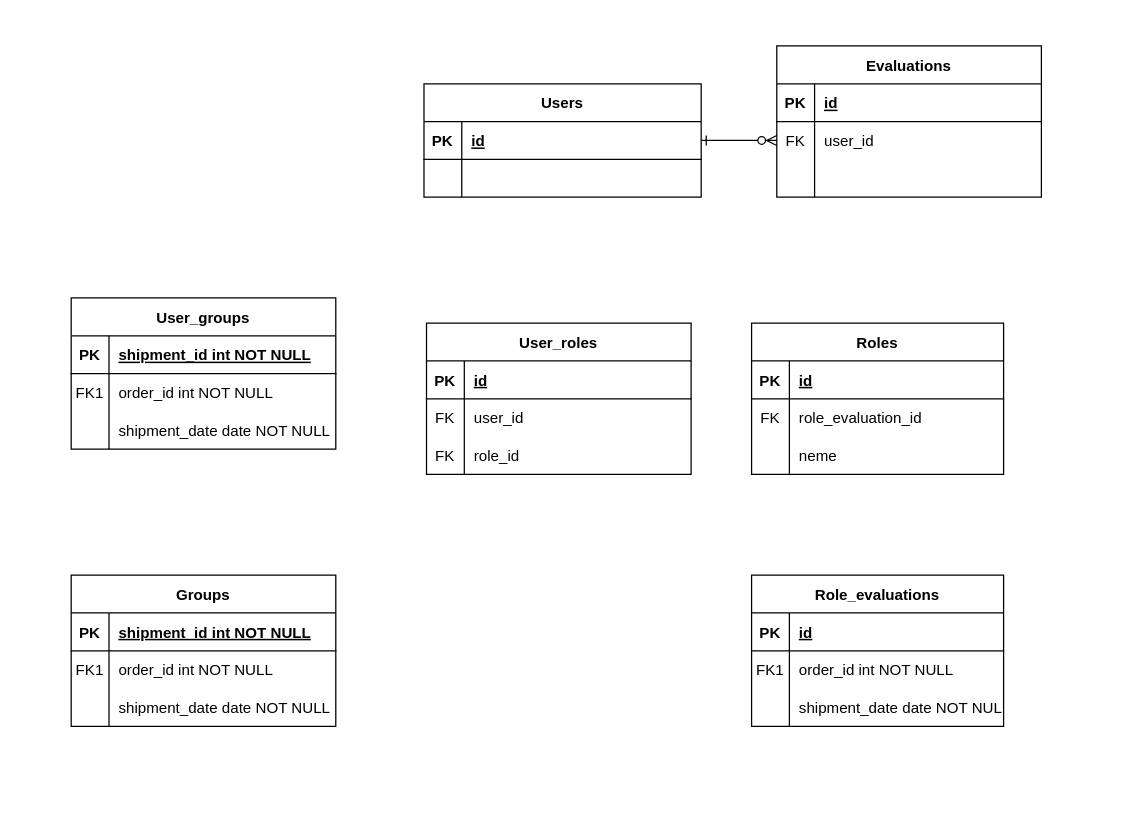
Above: 名称未設定ファイル.drawio in satohirok/twitter_clone_ER (draw.io), before the change. Source tidied: cells renumbered, new cells numbered last; positions are measured from the earlier drawing's top-left corner, leaving out a move shared by most shapes. Both pictures are drawn from the tidied source at 126%, with x=0, y=0 at pixel (71, 45).
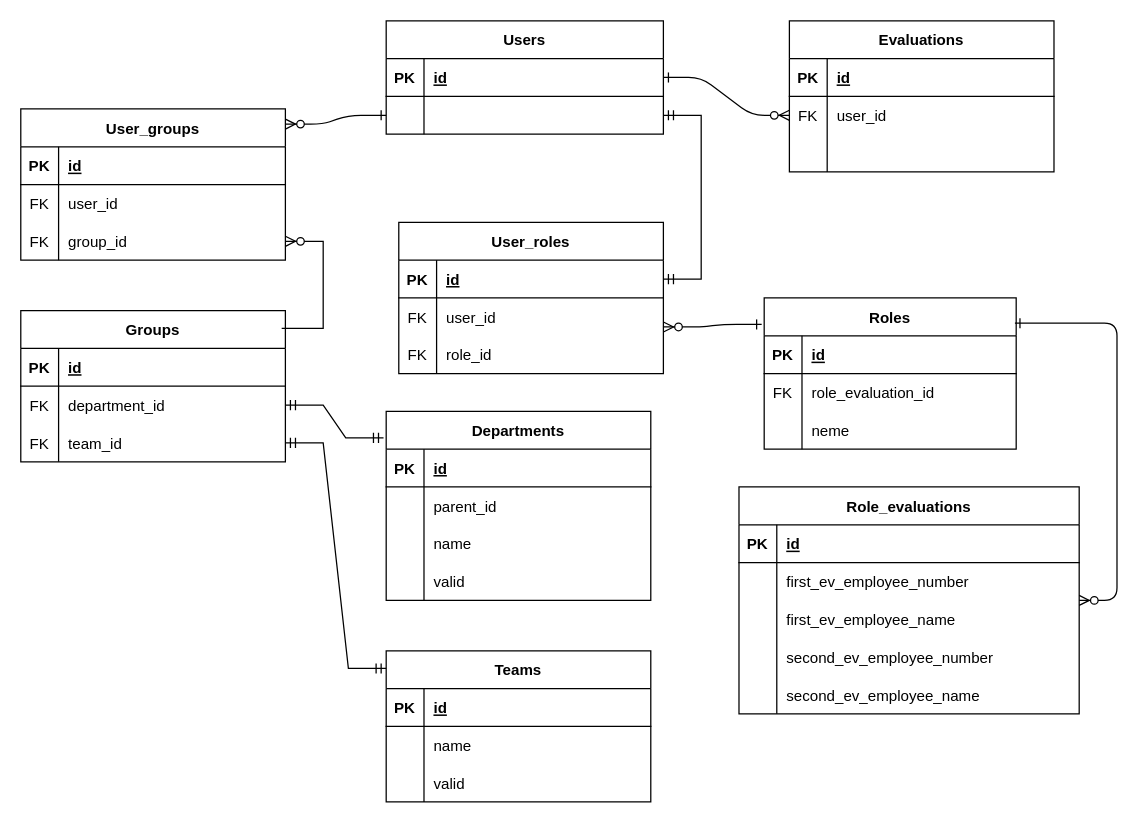
The same page after the edit.

Commit message:
評価者設定.drawio を更新します

The change refers to these unchanged cells:
```xml
<mxCell id="14" style="shape=partialRectangle;fillColor=none;points=[[0,0.5],[1,0.5]];portConstraint=eastwest;top=0;left=0;right=0;bottom=1;" parent="13" vertex="1">
  <mxGeometry y="30" width="210" height="30" as="geometry" />
</mxCell>
<mxCell id="17" style="shape=partialRectangle;fillColor=none;points=[[0,0.5],[1,0.5]];portConstraint=eastwest;top=0;left=0;right=0;bottom=0;" parent="13" vertex="1">
  <mxGeometry y="60" width="210" height="30" as="geometry" />
</mxCell>
<mxCell id="27" style="shape=partialRectangle;fillColor=none;points=[[0,0.5],[1,0.5]];portConstraint=eastwest;top=0;left=0;right=0;bottom=0;" parent="23" vertex="1">
  <mxGeometry y="60" width="220" height="30" as="geometry" />
</mxCell>
<mxCell id="51" style="shape=partialRectangle;fillColor=none;top=0;left=0;right=0;bottom=1;" parent="50" vertex="1">
  <mxGeometry y="30" width="210" height="30" as="geometry" />
</mxCell>
<mxCell id="54" style="shape=partialRectangle;fillColor=none;top=0;left=0;right=0;bottom=0;" parent="50" vertex="1">
  <mxGeometry y="60" width="210" height="30" as="geometry" />
</mxCell>
<mxCell id="57" style="shape=partialRectangle;fillColor=none;points=[[0,0.5],[1,0.5]];portConstraint=eastwest;top=0;left=0;right=0;bottom=0;" parent="50" vertex="1">
  <mxGeometry y="90" width="210" height="30" as="geometry" />
</mxCell>
```

Change to the diagram source:
```diff
@@
     <mxCell id="3" value="Evaluations" style="shape=table;startSize=30;childLayout=tableLayout;rowLines=0;fontStyle=1;align=center;" parent="1" vertex="1">
-      <mxGeometry x="560" width="210" height="120" as="geometry" />
+      <mxGeometry x="570" y="-20" width="210" height="120" as="geometry" />
     </mxCell>
@@
     <mxCell id="13" value="User_roles" style="shape=table;startSize=30;childLayout=tableLayout;rowLines=0;fontStyle=1;align=center;" parent="1" vertex="1">
-      <mxGeometry x="282" y="220" width="210" height="120" as="geometry" />
+      <mxGeometry x="260" y="140" width="210" height="120" as="geometry" />
     </mxCell>
@@
     <mxCell id="23" value="Users" style="shape=table;startSize=30;childLayout=tableLayout;rowLines=0;fontStyle=1;align=center;" parent="1" vertex="1">
-      <mxGeometry x="280" y="30" width="220" height="90" as="geometry" />
+      <mxGeometry x="250" y="-20" width="220" height="90" as="geometry" />
     </mxCell>
@@
     <mxCell id="30" value="Roles" style="shape=table;startSize=30;childLayout=tableLayout;rowLines=0;fontStyle=1;align=center;" parent="1" vertex="1">
-      <mxGeometry x="540" y="220" width="200" height="120" as="geometry" />
+      <mxGeometry x="550" y="200" width="200" height="120" as="geometry" />
     </mxCell>
@@
     <mxCell id="40" value="Role_evaluations" style="shape=table;startSize=30;childLayout=tableLayout;rowLines=0;fontStyle=1;align=center;" parent="1" vertex="1">
-      <mxGeometry x="540" y="420" width="200" height="120" as="geometry" />
+      <mxGeometry x="530" y="350" width="270" height="180" as="geometry" />
     </mxCell>
     <mxCell id="41" style="shape=partialRectangle;fillColor=none;top=0;left=0;right=0;bottom=1;" parent="40" vertex="1">
-      <mxGeometry y="30" width="200" height="30" as="geometry" />
+      <mxGeometry y="30" width="270" height="30" as="geometry" />
     </mxCell>
@@
     <mxCell id="43" value="id" style="shape=partialRectangle;overflow=hidden;fillColor=none;top=0;left=0;bottom=0;right=0;align=left;spacingLeft=6;fontStyle=5;" parent="41" vertex="1">
-      <mxGeometry x="30" width="170" height="30" as="geometry" />
+      <mxGeometry x="30" width="240" height="30" as="geometry" />
     </mxCell>
     <mxCell id="44" style="shape=partialRectangle;fillColor=none;top=0;left=0;right=0;bottom=0;" parent="40" vertex="1">
-      <mxGeometry y="60" width="200" height="30" as="geometry" />
+      <mxGeometry y="60" width="270" height="30" as="geometry" />
     </mxCell>
-    <mxCell id="45" value="FK1" style="shape=partialRectangle;overflow=hidden;fillColor=none;top=0;left=0;bottom=0;right=0;" parent="44" vertex="1">
+    <mxCell id="45" style="shape=partialRectangle;overflow=hidden;fillColor=none;top=0;left=0;bottom=0;right=0;" parent="44" vertex="1">
       <mxGeometry width="30" height="30" as="geometry" />
     </mxCell>
-    <mxCell id="46" value="order_id int NOT NULL" style="shape=partialRectangle;overflow=hidden;fillColor=none;top=0;left=0;bottom=0;right=0;align=left;spacingLeft=6;" parent="44" vertex="1">
-      <mxGeometry x="30" width="170" height="30" as="geometry" />
+    <mxCell id="46" value="first_ev_employee_number" style="shape=partialRectangle;overflow=hidden;fillColor=none;top=0;left=0;bottom=0;right=0;align=left;spacingLeft=6;" parent="44" vertex="1">
+      <mxGeometry x="30" width="240" height="30" as="geometry" />
     </mxCell>
     <mxCell id="47" style="shape=partialRectangle;fillColor=none;top=0;left=0;right=0;bottom=0;" parent="40" vertex="1">
-      <mxGeometry y="90" width="200" height="30" as="geometry" />
+      <mxGeometry y="90" width="270" height="30" as="geometry" />
     </mxCell>
@@
-    <mxCell id="49" value="shipment_date date NOT NULL" style="shape=partialRectangle;overflow=hidden;fillColor=none;top=0;left=0;bottom=0;right=0;align=left;spacingLeft=6;" parent="47" vertex="1">
-      <mxGeometry x="30" width="170" height="30" as="geometry" />
+    <mxCell id="49" value="first_ev_employee_name" style="shape=partialRectangle;overflow=hidden;fillColor=none;top=0;left=0;bottom=0;right=0;align=left;spacingLeft=6;" parent="47" vertex="1">
+      <mxGeometry x="30" width="240" height="30" as="geometry" />
     </mxCell>
+    <mxCell id="70" style="shape=partialRectangle;fillColor=none;top=0;left=0;right=0;bottom=0;" parent="40" vertex="1">
+      <mxGeometry y="120" width="270" height="30" as="geometry" />
+    </mxCell>
+    <mxCell id="71" style="shape=partialRectangle;overflow=hidden;fillColor=none;top=0;left=0;bottom=0;right=0;" parent="70" vertex="1">
+      <mxGeometry width="30" height="30" as="geometry" />
+    </mxCell>
+    <mxCell id="72" value="second_ev_employee_number" style="shape=partialRectangle;overflow=hidden;fillColor=none;top=0;left=0;bottom=0;right=0;align=left;spacingLeft=6;" parent="70" vertex="1">
+      <mxGeometry x="30" width="240" height="30" as="geometry" />
+    </mxCell>
+    <mxCell id="73" style="shape=partialRectangle;fillColor=none;top=0;left=0;right=0;bottom=0;" parent="40" vertex="1">
+      <mxGeometry y="150" width="270" height="30" as="geometry" />
+    </mxCell>
+    <mxCell id="74" style="shape=partialRectangle;overflow=hidden;fillColor=none;top=0;left=0;bottom=0;right=0;" parent="73" vertex="1">
+      <mxGeometry width="30" height="30" as="geometry" />
+    </mxCell>
+    <mxCell id="75" value="second_ev_employee_name" style="shape=partialRectangle;overflow=hidden;fillColor=none;top=0;left=0;bottom=0;right=0;align=left;spacingLeft=6;" parent="73" vertex="1">
+      <mxGeometry x="30" width="240" height="30" as="geometry" />
+    </mxCell>
     <mxCell id="50" value="User_groups" style="shape=table;startSize=30;childLayout=tableLayout;rowLines=0;fontStyle=1;align=center;" parent="1" vertex="1">
-      <mxGeometry y="200" width="210" height="120" as="geometry" />
+      <mxGeometry x="-40" y="50" width="210" height="120" as="geometry" />
     </mxCell>
@@
-    <mxCell id="53" value="shipment_id int NOT NULL " style="shape=partialRectangle;overflow=hidden;fillColor=none;top=0;left=0;bottom=0;right=0;align=left;spacingLeft=6;fontStyle=5;" parent="51" vertex="1">
+    <mxCell id="53" value="id" style="shape=partialRectangle;overflow=hidden;fillColor=none;top=0;left=0;bottom=0;right=0;align=left;spacingLeft=6;fontStyle=5;" parent="51" vertex="1">
       <mxGeometry x="30" width="180" height="30" as="geometry" />
     </mxCell>
@@
-    <mxCell id="55" value="FK1" style="shape=partialRectangle;overflow=hidden;fillColor=none;top=0;left=0;bottom=0;right=0;" parent="54" vertex="1">
+    <mxCell id="55" value="FK" style="shape=partialRectangle;overflow=hidden;fillColor=none;top=0;left=0;bottom=0;right=0;" parent="54" vertex="1">
       <mxGeometry width="30" height="30" as="geometry" />
     </mxCell>
-    <mxCell id="56" value="order_id int NOT NULL" style="shape=partialRectangle;overflow=hidden;fillColor=none;top=0;left=0;bottom=0;right=0;align=left;spacingLeft=6;" parent="54" vertex="1">
+    <mxCell id="56" value="user_id" style="shape=partialRectangle;overflow=hidden;fillColor=none;top=0;left=0;bottom=0;right=0;align=left;spacingLeft=6;" parent="54" vertex="1">
       <mxGeometry x="30" width="180" height="30" as="geometry" />
     </mxCell>
@@
-    <mxCell id="58" style="shape=partialRectangle;overflow=hidden;fillColor=none;top=0;left=0;bottom=0;right=0;" parent="57" vertex="1">
+    <mxCell id="58" value="FK" style="shape=partialRectangle;overflow=hidden;fillColor=none;top=0;left=0;bottom=0;right=0;" parent="57" vertex="1">
       <mxGeometry width="30" height="30" as="geometry" />
     </mxCell>
-    <mxCell id="59" value="shipment_date date NOT NULL" style="shape=partialRectangle;overflow=hidden;fillColor=none;top=0;left=0;bottom=0;right=0;align=left;spacingLeft=6;" parent="57" vertex="1">
+    <mxCell id="59" value="group_id" style="shape=partialRectangle;overflow=hidden;fillColor=none;top=0;left=0;bottom=0;right=0;align=left;spacingLeft=6;" parent="57" vertex="1">
       <mxGeometry x="30" width="180" height="30" as="geometry" />
     </mxCell>
     <mxCell id="60" value="Groups" style="shape=table;startSize=30;childLayout=tableLayout;rowLines=0;fontStyle=1;align=center;" parent="1" vertex="1">
-      <mxGeometry y="420" width="210" height="120" as="geometry" />
+      <mxGeometry x="-40" y="210" width="210" height="120" as="geometry" />
     </mxCell>
-    <mxCell id="61" style="shape=partialRectangle;fillColor=none;top=0;left=0;right=0;bottom=1;" parent="60" vertex="1">
-      <mxGeometry y="30" width="210" height="30" as="geometry" />
-    </mxCell>
-    <mxCell id="62" value="PK" style="shape=partialRectangle;overflow=hidden;fillColor=none;top=0;left=0;bottom=0;right=0;fontStyle=1;" parent="61" vertex="1">
-      <mxGeometry width="30" height="30" as="geometry" />
-    </mxCell>
-    <mxCell id="63" value="shipment_id int NOT NULL " style="shape=partialRectangle;overflow=hidden;fillColor=none;top=0;left=0;bottom=0;right=0;align=left;spacingLeft=6;fontStyle=5;" parent="61" vertex="1">
-      <mxGeometry x="30" width="180" height="30" as="geometry" />
-    </mxCell>
-    <mxCell id="64" style="shape=partialRectangle;fillColor=none;top=0;left=0;right=0;bottom=0;" parent="60" vertex="1">
-      <mxGeometry y="60" width="210" height="30" as="geometry" />
-    </mxCell>
-    <mxCell id="65" value="FK1" style="shape=partialRectangle;overflow=hidden;fillColor=none;top=0;left=0;bottom=0;right=0;" parent="64" vertex="1">
-      <mxGeometry width="30" height="30" as="geometry" />
-    </mxCell>
-    <mxCell id="66" value="order_id int NOT NULL" style="shape=partialRectangle;overflow=hidden;fillColor=none;top=0;left=0;bottom=0;right=0;align=left;spacingLeft=6;" parent="64" vertex="1">
-      <mxGeometry x="30" width="180" height="30" as="geometry" />
-    </mxCell>
-    <mxCell id="67" style="shape=partialRectangle;fillColor=none;top=0;left=0;right=0;bottom=0;" parent="60" vertex="1">
-      <mxGeometry y="90" width="210" height="30" as="geometry" />
-    </mxCell>
-    <mxCell id="68" style="shape=partialRectangle;overflow=hidden;fillColor=none;top=0;left=0;bottom=0;right=0;" parent="67" vertex="1">
-      <mxGeometry width="30" height="30" as="geometry" />
-    </mxCell>
-    <mxCell id="69" value="shipment_date date NOT NULL" style="shape=partialRectangle;overflow=hidden;fillColor=none;top=0;left=0;bottom=0;right=0;align=left;spacingLeft=6;" parent="67" vertex="1">
-      <mxGeometry x="30" width="180" height="30" as="geometry" />
-    </mxCell>
+    <mxCell id="76" style="shape=partialRectangle;fillColor=none;top=0;left=0;right=0;bottom=1;" parent="60" vertex="1">
+      <mxGeometry y="30" width="210" height="30" as="geometry" />
+    </mxCell>
+    <mxCell id="77" value="PK" style="shape=partialRectangle;overflow=hidden;fillColor=none;top=0;left=0;bottom=0;right=0;fontStyle=1;" parent="76" vertex="1">
+      <mxGeometry width="30" height="30" as="geometry" />
+    </mxCell>
+    <mxCell id="78" value="id" style="shape=partialRectangle;overflow=hidden;fillColor=none;top=0;left=0;bottom=0;right=0;align=left;spacingLeft=6;fontStyle=5;" parent="76" vertex="1">
+      <mxGeometry x="30" width="180" height="30" as="geometry" />
+    </mxCell>
+    <mxCell id="79" style="shape=partialRectangle;fillColor=none;points=[[0,0.5],[1,0.5]];portConstraint=eastwest;top=0;left=0;right=0;bottom=0;" parent="60" vertex="1">
+      <mxGeometry y="60" width="210" height="30" as="geometry" />
+    </mxCell>
+    <mxCell id="80" value="FK" style="shape=partialRectangle;overflow=hidden;fillColor=none;top=0;left=0;bottom=0;right=0;" parent="79" vertex="1">
+      <mxGeometry width="30" height="30" as="geometry" />
+    </mxCell>
+    <mxCell id="81" value="department_id" style="shape=partialRectangle;overflow=hidden;fillColor=none;top=0;left=0;bottom=0;right=0;align=left;spacingLeft=6;" parent="79" vertex="1">
+      <mxGeometry x="30" width="180" height="30" as="geometry" />
+    </mxCell>
+    <mxCell id="82" style="shape=partialRectangle;fillColor=none;points=[[0,0.5],[1,0.5]];portConstraint=eastwest;top=0;left=0;right=0;bottom=0;" parent="60" vertex="1">
+      <mxGeometry y="90" width="210" height="30" as="geometry" />
+    </mxCell>
+    <mxCell id="83" value="FK" style="shape=partialRectangle;overflow=hidden;fillColor=none;top=0;left=0;bottom=0;right=0;" parent="82" vertex="1">
+      <mxGeometry width="30" height="30" as="geometry" />
+    </mxCell>
+    <mxCell id="84" value="team_id" style="shape=partialRectangle;overflow=hidden;fillColor=none;top=0;left=0;bottom=0;right=0;align=left;spacingLeft=6;" parent="82" vertex="1">
+      <mxGeometry x="30" width="180" height="30" as="geometry" />
+    </mxCell>
+    <mxCell id="85" value="Departments" style="shape=table;startSize=30;childLayout=tableLayout;rowLines=0;fontStyle=1;align=center;" parent="1" vertex="1">
+      <mxGeometry x="250" y="290" width="210" height="150" as="geometry" />
+    </mxCell>
+    <mxCell id="86" style="shape=partialRectangle;fillColor=none;top=0;left=0;right=0;bottom=1;" parent="85" vertex="1">
+      <mxGeometry y="30" width="210" height="30" as="geometry" />
+    </mxCell>
+    <mxCell id="87" value="PK" style="shape=partialRectangle;overflow=hidden;fillColor=none;top=0;left=0;bottom=0;right=0;fontStyle=1;" parent="86" vertex="1">
+      <mxGeometry width="30" height="30" as="geometry" />
+    </mxCell>
+    <mxCell id="88" value="id" style="shape=partialRectangle;overflow=hidden;fillColor=none;top=0;left=0;bottom=0;right=0;align=left;spacingLeft=6;fontStyle=5;" parent="86" vertex="1">
+      <mxGeometry x="30" width="180" height="30" as="geometry" />
+    </mxCell>
+    <mxCell id="89" style="shape=partialRectangle;fillColor=none;top=0;left=0;right=0;bottom=0;" parent="85" vertex="1">
+      <mxGeometry y="60" width="210" height="30" as="geometry" />
+    </mxCell>
+    <mxCell id="90" style="shape=partialRectangle;overflow=hidden;fillColor=none;top=0;left=0;bottom=0;right=0;" parent="89" vertex="1">
+      <mxGeometry width="30" height="30" as="geometry" />
+    </mxCell>
+    <mxCell id="91" value="parent_id" style="shape=partialRectangle;overflow=hidden;fillColor=none;top=0;left=0;bottom=0;right=0;align=left;spacingLeft=6;" parent="89" vertex="1">
+      <mxGeometry x="30" width="180" height="30" as="geometry" />
+    </mxCell>
+    <mxCell id="92" style="shape=partialRectangle;fillColor=none;top=0;left=0;right=0;bottom=0;" parent="85" vertex="1">
+      <mxGeometry y="90" width="210" height="30" as="geometry" />
+    </mxCell>
+    <mxCell id="93" style="shape=partialRectangle;overflow=hidden;fillColor=none;top=0;left=0;bottom=0;right=0;" parent="92" vertex="1">
+      <mxGeometry width="30" height="30" as="geometry" />
+    </mxCell>
+    <mxCell id="94" value="name" style="shape=partialRectangle;overflow=hidden;fillColor=none;top=0;left=0;bottom=0;right=0;align=left;spacingLeft=6;" parent="92" vertex="1">
+      <mxGeometry x="30" width="180" height="30" as="geometry" />
+    </mxCell>
+    <mxCell id="95" style="shape=partialRectangle;fillColor=none;top=0;left=0;right=0;bottom=0;" parent="85" vertex="1">
+      <mxGeometry y="120" width="210" height="30" as="geometry" />
+    </mxCell>
+    <mxCell id="96" style="shape=partialRectangle;overflow=hidden;fillColor=none;top=0;left=0;bottom=0;right=0;" parent="95" vertex="1">
+      <mxGeometry width="30" height="30" as="geometry" />
+    </mxCell>
+    <mxCell id="97" value="valid" style="shape=partialRectangle;overflow=hidden;fillColor=none;top=0;left=0;bottom=0;right=0;align=left;spacingLeft=6;" parent="95" vertex="1">
+      <mxGeometry x="30" width="180" height="30" as="geometry" />
+    </mxCell>
+    <mxCell id="98" value="Teams" style="shape=table;startSize=30;childLayout=tableLayout;rowLines=0;fontStyle=1;align=center;" parent="1" vertex="1">
+      <mxGeometry x="250" y="480" width="210" height="120" as="geometry" />
+    </mxCell>
+    <mxCell id="99" style="shape=partialRectangle;fillColor=none;top=0;left=0;right=0;bottom=1;" parent="98" vertex="1">
+      <mxGeometry y="30" width="210" height="30" as="geometry" />
+    </mxCell>
+    <mxCell id="100" value="PK" style="shape=partialRectangle;overflow=hidden;fillColor=none;top=0;left=0;bottom=0;right=0;fontStyle=1;" parent="99" vertex="1">
+      <mxGeometry width="30" height="30" as="geometry" />
+    </mxCell>
+    <mxCell id="101" value="id" style="shape=partialRectangle;overflow=hidden;fillColor=none;top=0;left=0;bottom=0;right=0;align=left;spacingLeft=6;fontStyle=5;" parent="99" vertex="1">
+      <mxGeometry x="30" width="180" height="30" as="geometry" />
+    </mxCell>
+    <mxCell id="102" style="shape=partialRectangle;fillColor=none;top=0;left=0;right=0;bottom=0;" parent="98" vertex="1">
+      <mxGeometry y="60" width="210" height="30" as="geometry" />
+    </mxCell>
+    <mxCell id="103" style="shape=partialRectangle;overflow=hidden;fillColor=none;top=0;left=0;bottom=0;right=0;" parent="102" vertex="1">
+      <mxGeometry width="30" height="30" as="geometry" />
+    </mxCell>
+    <mxCell id="104" value="name" style="shape=partialRectangle;overflow=hidden;fillColor=none;top=0;left=0;bottom=0;right=0;align=left;spacingLeft=6;" parent="102" vertex="1">
+      <mxGeometry x="30" width="180" height="30" as="geometry" />
+    </mxCell>
+    <mxCell id="105" style="shape=partialRectangle;fillColor=none;top=0;left=0;right=0;bottom=0;" parent="98" vertex="1">
+      <mxGeometry y="90" width="210" height="30" as="geometry" />
+    </mxCell>
+    <mxCell id="106" style="shape=partialRectangle;overflow=hidden;fillColor=none;top=0;left=0;bottom=0;right=0;" parent="105" vertex="1">
+      <mxGeometry width="30" height="30" as="geometry" />
+    </mxCell>
+    <mxCell id="107" value="valid" style="shape=partialRectangle;overflow=hidden;fillColor=none;top=0;left=0;bottom=0;right=0;align=left;spacingLeft=6;" parent="105" vertex="1">
+      <mxGeometry x="30" width="180" height="30" as="geometry" />
+    </mxCell>
+    <mxCell id="108" style="edgeStyle=entityRelationEdgeStyle;fontSize=12;html=1;endArrow=ERmandOne;startArrow=ERmandOne;rounded=0;" parent="1" edge="1" source="14" target="27">
+      <mxGeometry relative="1" as="geometry">
+        <Array as="points">
+          <mxPoint x="480" y="100" />
+          <mxPoint x="490" y="69" />
+        </Array>
+      </mxGeometry>
+    </mxCell>
+    <mxCell id="109" style="edgeStyle=entityRelationEdgeStyle;endArrow=ERzeroToMany;startArrow=ERone;endFill=1;startFill=0;exitX=-0.01;exitY=0.175;exitDx=0;exitDy=0;exitPerimeter=0;entryX=1;entryY=0.767;entryDx=0;entryDy=0;entryPerimeter=0;" parent="1" edge="1" source="30" target="17">
+      <mxGeometry relative="1" as="geometry" />
+    </mxCell>
+    <mxCell id="110" style="edgeStyle=entityRelationEdgeStyle;endArrow=ERzeroToMany;startArrow=ERone;endFill=1;startFill=0;exitX=0.995;exitY=0.167;exitDx=0;exitDy=0;exitPerimeter=0;" parent="1" edge="1" source="30" target="40">
+      <mxGeometry relative="1" as="geometry" />
+    </mxCell>
+    <mxCell id="111" style="edgeStyle=entityRelationEdgeStyle;fontSize=12;html=1;endArrow=ERmandOne;startArrow=ERmandOne;rounded=0;exitX=-0.01;exitY=0.14;exitDx=0;exitDy=0;entryX=1;entryY=0.5;entryDx=0;entryDy=0;exitPerimeter=0;" parent="1" edge="1" source="85" target="79">
+      <mxGeometry relative="1" as="geometry">
+        <Array as="points">
+          <mxPoint x="170" y="450" />
+          <mxPoint x="-30" y="315" />
+          <mxPoint x="190" y="420" />
+          <mxPoint x="-60" y="340" />
+          <mxPoint x="-80" y="340" />
+          <mxPoint x="-20" y="284" />
+        </Array>
+      </mxGeometry>
+    </mxCell>
+    <mxCell id="112" style="edgeStyle=entityRelationEdgeStyle;fontSize=12;html=1;endArrow=ERmandOne;startArrow=ERmandOne;rounded=0;exitX=0;exitY=0.117;exitDx=0;exitDy=0;entryX=1;entryY=0.5;entryDx=0;entryDy=0;exitPerimeter=0;" parent="1" edge="1" source="98" target="82">
+      <mxGeometry relative="1" as="geometry">
+        <Array as="points">
+          <mxPoint x="180" y="460" />
+          <mxPoint x="-20" y="325" />
+          <mxPoint x="200" y="430" />
+          <mxPoint x="-50" y="350" />
+          <mxPoint x="-70" y="350" />
+          <mxPoint x="-10" y="294" />
+        </Array>
+      </mxGeometry>
+    </mxCell>
+    <mxCell id="113" style="edgeStyle=entityRelationEdgeStyle;fontSize=12;html=1;endArrow=ERzeroToMany;endFill=1;rounded=0;exitX=0.986;exitY=0.117;exitDx=0;exitDy=0;exitPerimeter=0;" parent="1" edge="1" source="60" target="57">
+      <mxGeometry relative="1" as="geometry">
+        <Array as="points">
+          <mxPoint x="170" y="220" />
+        </Array>
+      </mxGeometry>
+    </mxCell>
+    <mxCell id="114" style="edgeStyle=entityRelationEdgeStyle;endArrow=ERzeroToMany;startArrow=ERone;endFill=1;startFill=0;entryX=1;entryY=0.1;entryDx=0;entryDy=0;entryPerimeter=0;" parent="1" edge="1" source="27" target="50">
+      <mxGeometry relative="1" as="geometry" />
+    </mxCell>
```
